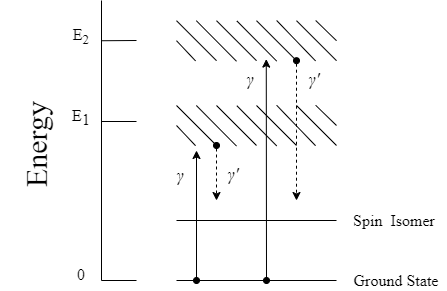
The draw.io diagram draw/1.30.drawio.png in TRAVISZHAN/images, before a commit. Source tidied: cells renumbered, new cells last; positions are measured from the earlier drawing's top-left corner, leaving out a move shared by most shapes.
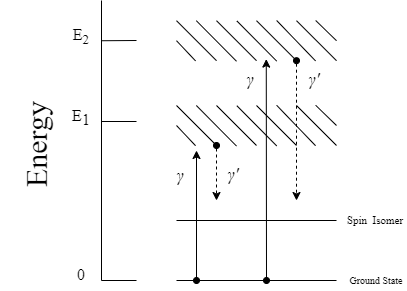
After the change.

What changed in the source:
```diff
@@ -125,14 +125,14 @@
         <mxPoint x="320" y="280" as="sourcePoint" />
       </mxGeometry>
     </mxCell>
-    <mxCell id="35" value="Ground State" style="text;html=1;strokeColor=none;fillColor=none;align=center;verticalAlign=middle;whiteSpace=wrap;rounded=0;fontSize=16;fontFamily=Times New Roman;" parent="1" vertex="1">
-      <mxGeometry x="400" y="270" width="100" height="20" as="geometry" />
+    <mxCell id="35" value="Ground State" style="text;html=1;strokeColor=none;fillColor=none;align=center;verticalAlign=middle;whiteSpace=wrap;rounded=0;fontSize=10;fontFamily=Times New Roman;" parent="1" vertex="1">
+      <mxGeometry x="400" y="270" width="60" height="20" as="geometry" />
     </mxCell>
     <mxCell id="36" value="0" style="text;html=1;strokeColor=none;fillColor=none;align=center;verticalAlign=middle;whiteSpace=wrap;rounded=0;fontFamily=Times New Roman;fontSize=16;" parent="1" vertex="1">
       <mxGeometry x="120" y="259" width="30" height="29" as="geometry" />
     </mxCell>
-    <mxCell id="37" value="Spin&amp;nbsp; Isomer" style="text;html=1;strokeColor=none;fillColor=none;align=center;verticalAlign=middle;whiteSpace=wrap;rounded=0;fontSize=16;fontFamily=Times New Roman;" parent="1" vertex="1">
-      <mxGeometry x="398" y="210" width="100" height="20" as="geometry" />
+    <mxCell id="37" value="Spin&amp;nbsp; Isomer" style="text;html=1;strokeColor=none;fillColor=none;align=center;verticalAlign=middle;whiteSpace=wrap;rounded=0;fontSize=11;fontFamily=Times New Roman;" parent="1" vertex="1">
+      <mxGeometry x="398" y="210" width="62" height="20" as="geometry" />
     </mxCell>
     <mxCell id="38" value="&lt;i style=&quot;font-size: 18px;&quot;&gt;γ&lt;/i&gt;" style="text;html=1;strokeColor=none;fillColor=none;align=center;verticalAlign=middle;whiteSpace=wrap;rounded=0;fontFamily=Times New Roman;fontSize=18;" parent="1" vertex="1">
       <mxGeometry x="224" y="161" width="20" height="28" as="geometry" />
```
